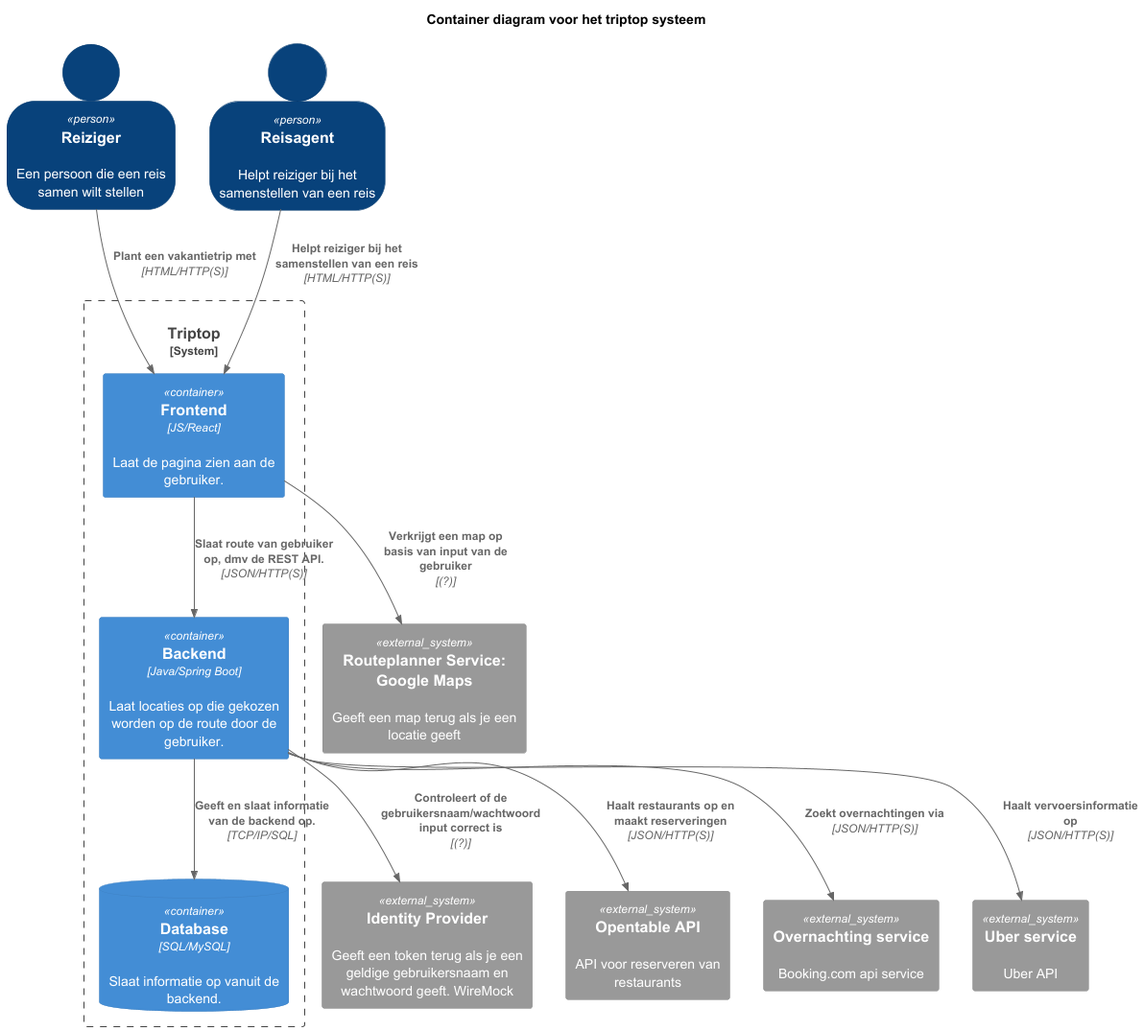
Earlier version of the PlantUML export opdracht-diagrammen/C4_Container_Diagram.png (AIM-ENE-feb25/triptop-groep-b5). The source it was exported from:
```plantuml
@startuml

!include <C4/C4>
!include <C4/C4_Context>
!include <C4/C4_Container>

SHOW_PERSON_OUTLINE()

AddRelTag("sync/async", $textColor=$ARROW_FONT_COLOR, $lineColor=$ARROW_COLOR, $lineStyle=DottedLine())

title Container diagram voor het triptop systeem

Person(reiziger, Reiziger, "Een persoon die een reis samen wilt stellen")
Person(reisagent, Reisagent, "Helpt reiziger bij het samenstellen van een reis")

System_Ext(wiremock, "Identity Provider", "Geeft een token terug als je een geldige gebruikersnaam en wachtwoord geeft. WireMock")
System_Ext(routeplanner, "Routeplanner Service: Google Maps", "Geeft een map terug als je een locatie geeft")
System_Ext(opentable, "Opentable API", "API voor reserveren van restaurants")
System_Ext(overnachting, "Overnachting service", "Booking.com api service")
System_Ext(uber, "Uber service", "Uber API")

System_Boundary("key_boundary", "Triptop", $tags="") {
    Container(frontend, "Frontend", $techn="JS/React", $descr="Laat de pagina zien aan de gebruiker.", $tags="", $link="")
    Container(backend, "Backend", $techn="Java/Spring Boot", $descr="Laat locaties op die gekozen worden op de route door de gebruiker.", $tags="", $link="")
    ContainerDb(db, "Database", $techn="SQL/MySQL", $descr="Slaat informatie op vanuit de backend.", $tags="", $link="")
    Rel(reiziger, frontend, "Plant een vakantietrip met", $techn="HTML/HTTP(S)", $tags="", $link="")
    Rel(reisagent, frontend, "Helpt reiziger bij het samenstellen van een reis", $techn="HTML/HTTP(S)", $tags="", $link="")
    Rel(frontend, backend, "Slaat route van gebruiker op, dmv de REST API.", $techn="JSON/HTTP(S)", $tags="", $link="")
    Rel(backend, db, "Geeft en slaat informatie van de backend op.", $techn="TCP/IP/SQL", $tags="", $link="")
    Rel(backend, wiremock, "Controleert of de gebruikersnaam/wachtwoord input correct is", $techn="(?)", $tags="", $link="")
    Rel(backend, opentable, "Haalt restaurants op en maakt reserveringen", $techn="JSON/HTTP(S)", $tags="", $link="")
    Rel(backend, overnachting, "Zoekt overnachtingen via", $techn="JSON/HTTP(S)", $tags="", $link="")
    Rel(backend, uber, "Haalt vervoersinformatie op", $techn="JSON/HTTP(S)", $tags="", $link="")
    Rel(frontend, routeplanner, "Verkrijgt een map op basis van input van de gebruiker", $techn="(?)", $tags="", $link="")
 }

@enduml
```
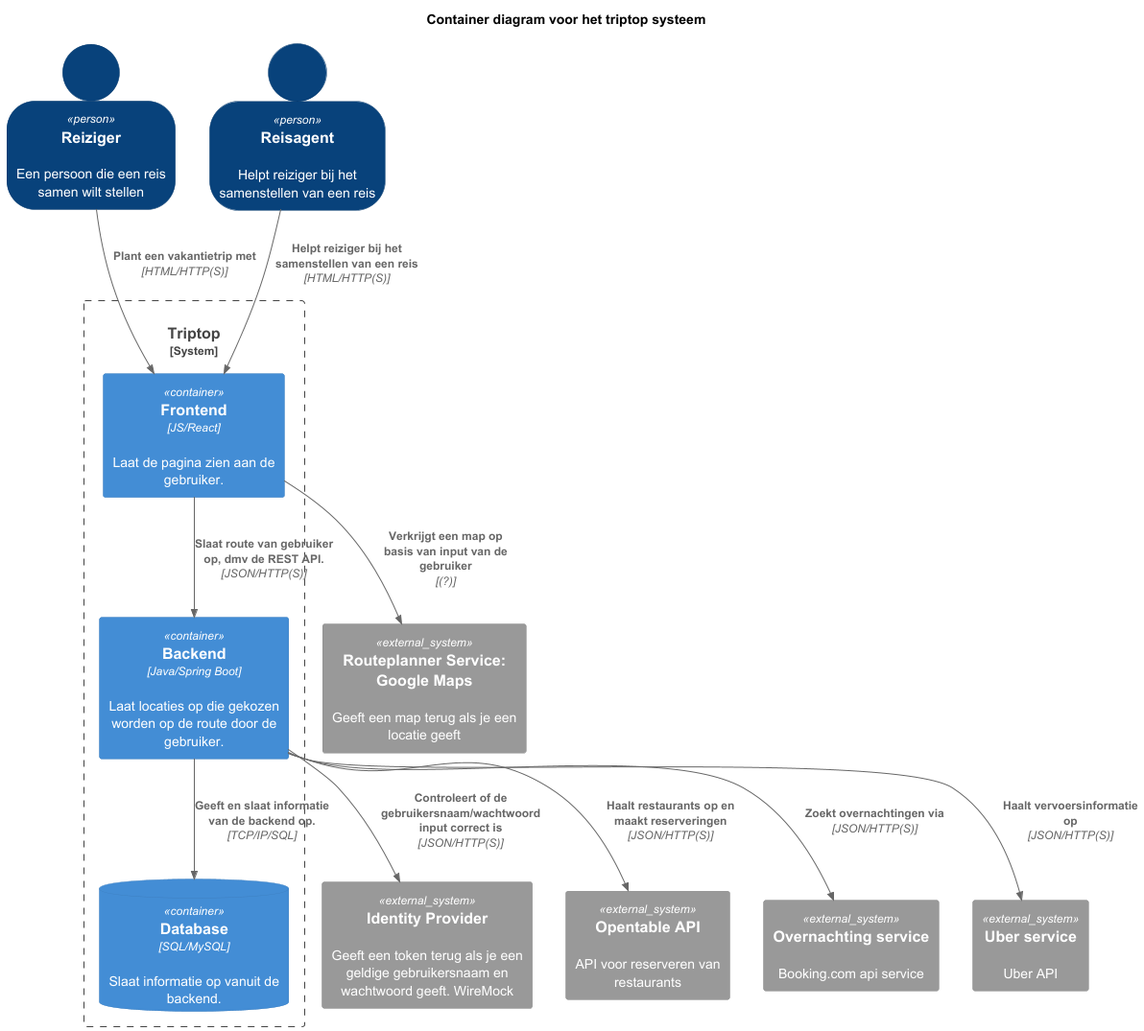
The same diagram one commit later.

Change to the diagram source:
```diff
@@ -27,7 +27,7 @@
     Rel(reisagent, frontend, "Helpt reiziger bij het samenstellen van een reis", $techn="HTML/HTTP(S)", $tags="", $link="")
     Rel(frontend, backend, "Slaat route van gebruiker op, dmv de REST API.", $techn="JSON/HTTP(S)", $tags="", $link="")
     Rel(backend, db, "Geeft en slaat informatie van de backend op.", $techn="TCP/IP/SQL", $tags="", $link="")
-    Rel(backend, wiremock, "Controleert of de gebruikersnaam/wachtwoord input correct is", $techn="(?)", $tags="", $link="")
+    Rel(backend, wiremock, "Controleert of de gebruikersnaam/wachtwoord input correct is", $techn="JSON/HTTP(S)", $tags="", $link="")
     Rel(backend, opentable, "Haalt restaurants op en maakt reserveringen", $techn="JSON/HTTP(S)", $tags="", $link="")
     Rel(backend, overnachting, "Zoekt overnachtingen via", $techn="JSON/HTTP(S)", $tags="", $link="")
     Rel(backend, uber, "Haalt vervoersinformatie op", $techn="JSON/HTTP(S)", $tags="", $link="")
```
